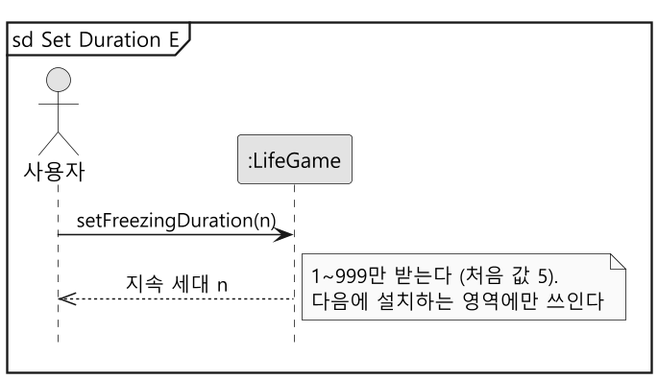
Before: docs/freezing/diagram/ssd-set-duration.png, a diagram exported from PlantUML (mckimR1972/DP_team_project).
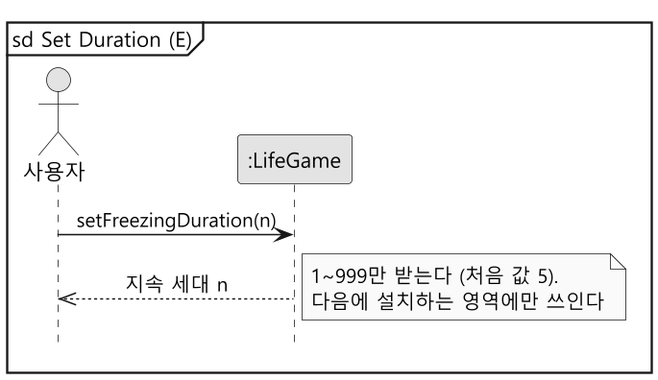
Above is the later version.

Change to the diagram source:
```diff
@@ -5,7 +5,7 @@
 skinparam defaultFontName "Malgun Gothic"
 skinparam sequenceMessageAlign center
 hide footbox
-mainframe sd Set Duration E
+mainframe sd Set Duration (E)
 
 actor "사용자" as User
 participant ":LifeGame" as System
```
